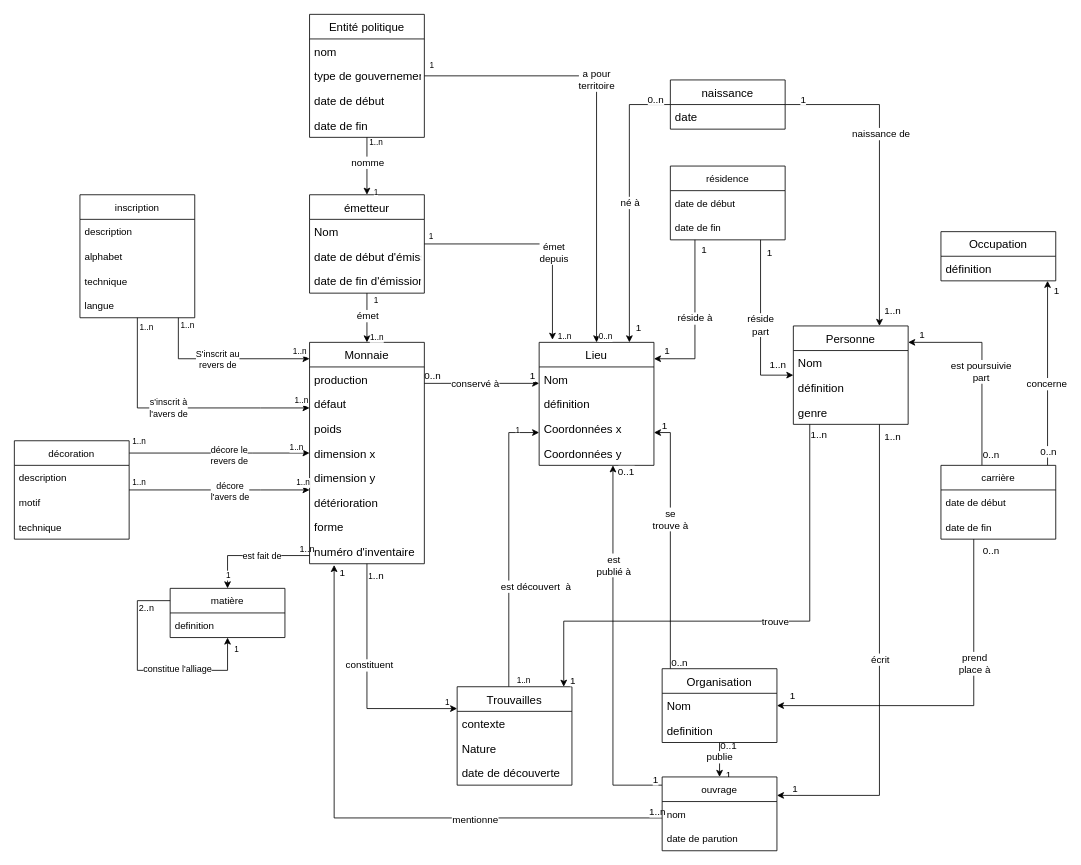
Earlier version of the draw.io diagram Diagramme_conceptuel_monnaie.drawio (Ardwark/UNINE_Humanite_Numerique). Source tidied: cells renumbered, new cells numbered last; positions are measured from the earlier drawing's top-left corner, leaving out a move shared by most shapes. Both pictures are drawn from the tidied source at 82%, with x=0, y=0 at pixel (14, 14).
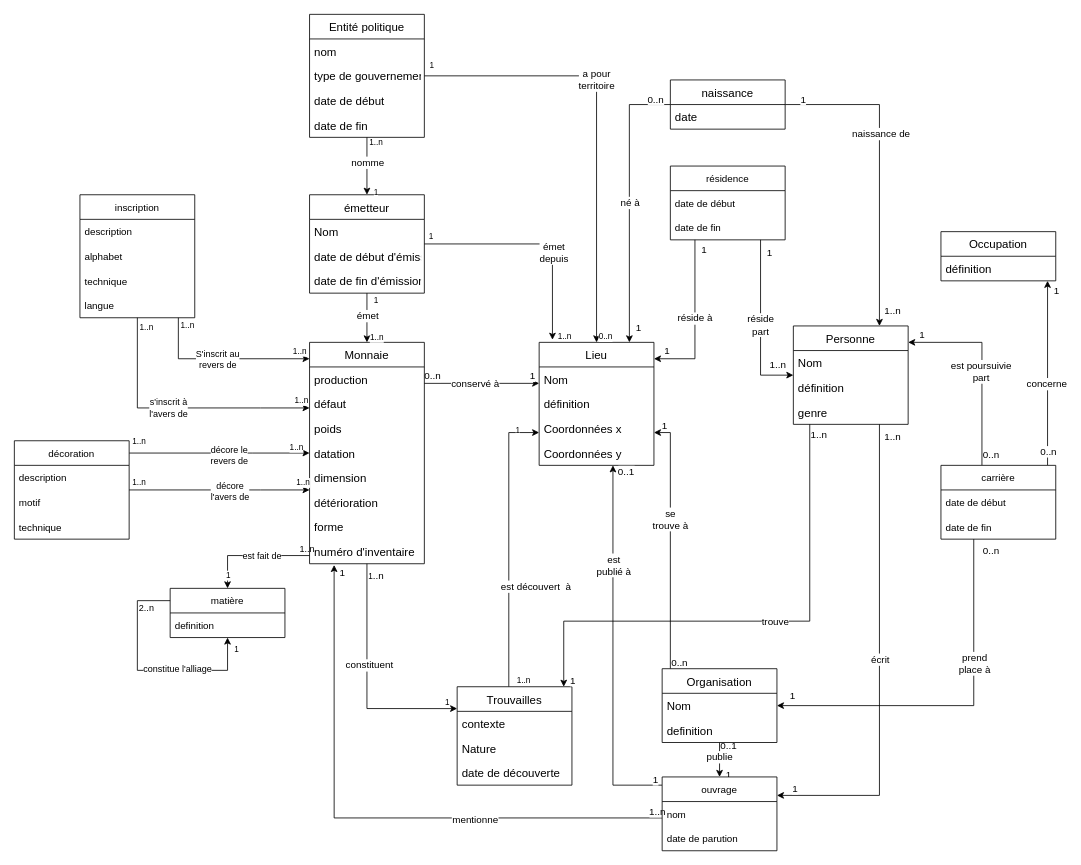
Above is the later version.

Commit message:
Mettre à jour Diagramme_conceptuel_monnaie.drawio

The change refers to these unchanged cells:
```xml
<mxCell id="41" value="Monnaie" style="swimlane;fontStyle=0;horizontal=1;startSize=30;fontSize=14;" parent="1" vertex="1">
  <mxGeometry x="360" y="400" width="140" height="270" as="geometry" />
</mxCell>
```

Change to the diagram source:
```diff
@@
-    <mxCell id="45" value="dimension x" style="text;strokeColor=none;fillColor=none;align=left;verticalAlign=middle;spacingLeft=4;spacingRight=4;overflow=hidden;fontSize=14;" parent="41" vertex="1">
+    <mxCell id="45" value="datation" style="text;strokeColor=none;fillColor=none;align=left;verticalAlign=middle;spacingLeft=4;spacingRight=4;overflow=hidden;fontSize=14;" parent="41" vertex="1">
       <mxGeometry y="120" width="140" height="30" as="geometry" />
     </mxCell>
-    <mxCell id="46" value="dimension y" style="text;strokeColor=none;fillColor=none;align=left;verticalAlign=middle;spacingLeft=4;spacingRight=4;overflow=hidden;fontSize=14;" parent="41" vertex="1">
+    <mxCell id="46" value="dimension" style="text;strokeColor=none;fillColor=none;align=left;verticalAlign=middle;spacingLeft=4;spacingRight=4;overflow=hidden;fontSize=14;" parent="41" vertex="1">
       <mxGeometry y="150" width="140" height="30" as="geometry" />
     </mxCell>
```
